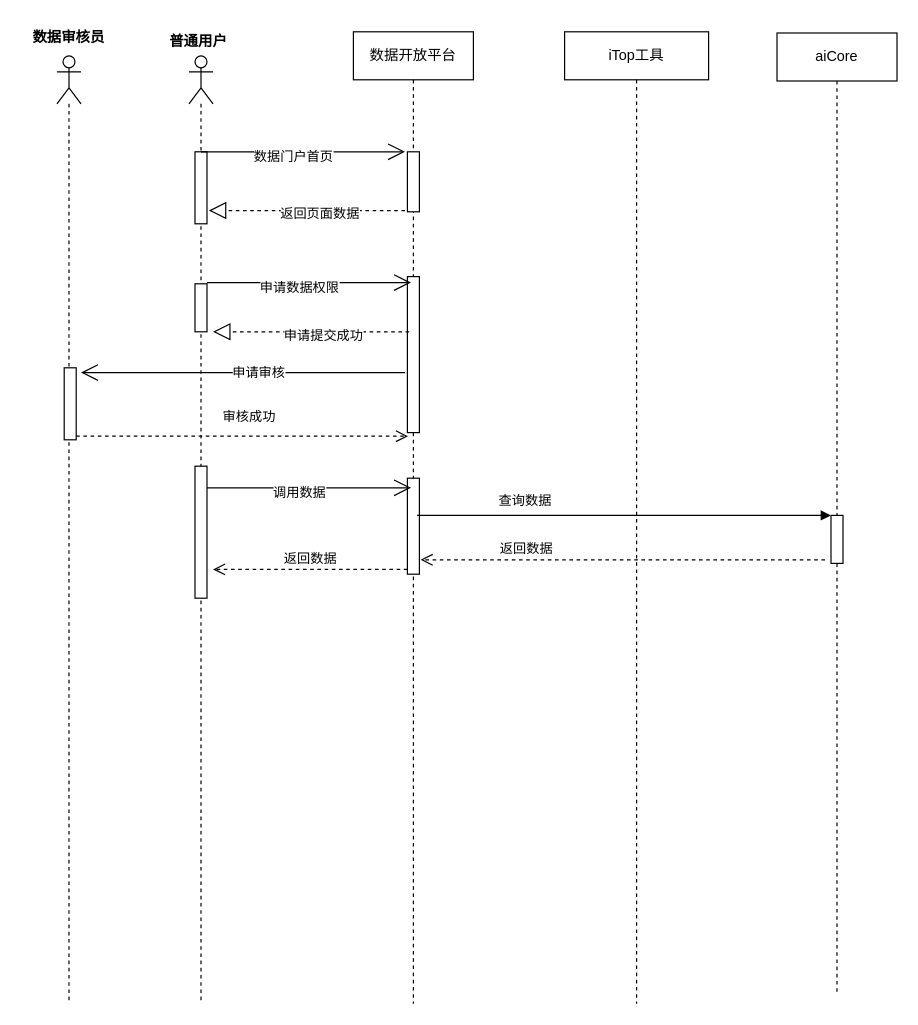
Before: Untitled Diagram.drawio in luyuandeng/drawio, a draw.io diagram. Source tidied: cells renumbered, new cells numbered last; positions are measured from the earlier drawing's top-left corner, leaving out a move shared by most shapes. Both pictures are drawn from the tidied source at 120%, with x=0, y=0 at pixel (20, 20).
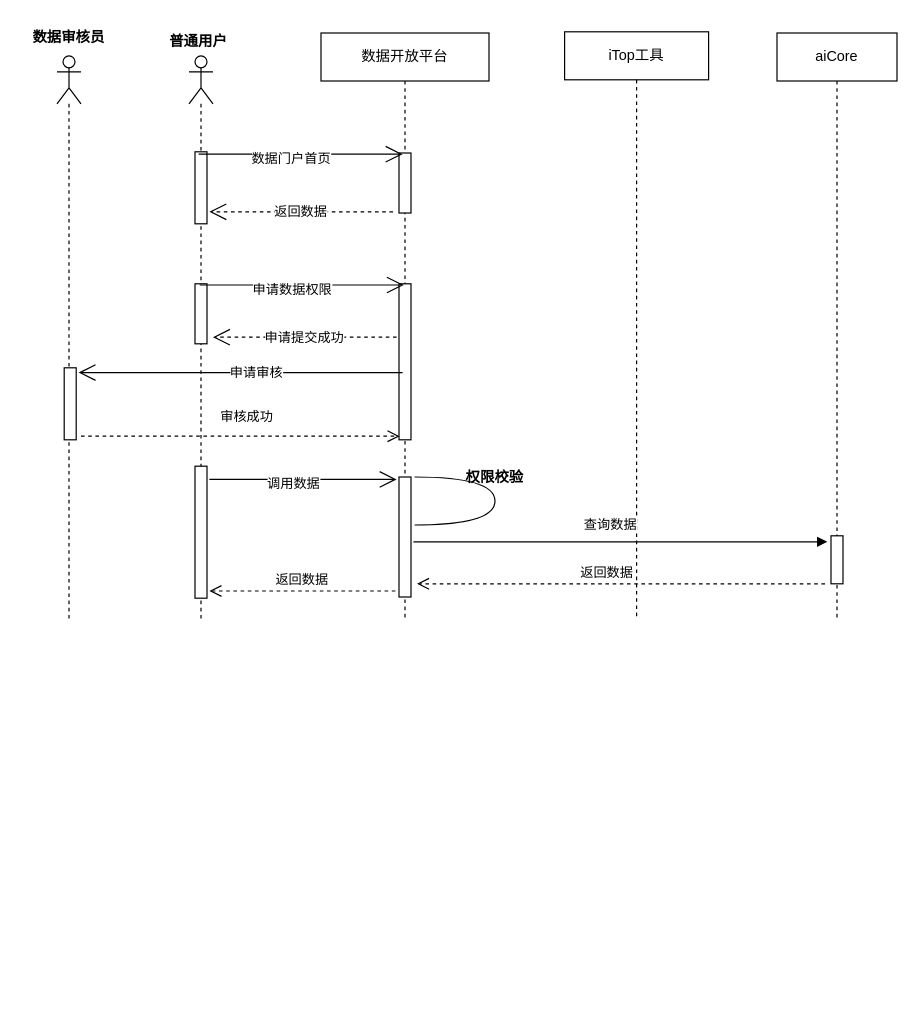
The same page after the edit.

Change to the diagram source:
```diff
@@
     <mxCell id="2" value="数据开放平台" style="shape=umlLifeline;perimeter=lifelinePerimeter;whiteSpace=wrap;html=1;" parent="1" vertex="1">
-      <mxGeometry x="277" y="9" width="100" height="810" as="geometry" />
+      <mxGeometry x="250" y="10" width="140" height="490" as="geometry" />
     </mxCell>
     <mxCell id="3" style="html=1;perimeter=orthogonalPerimeter;" parent="2" vertex="1">
-      <mxGeometry x="45" y="100" width="10" height="50" as="geometry" />
+      <mxGeometry x="65" y="100" width="10" height="50" as="geometry" />
     </mxCell>
     <mxCell id="4" style="html=1;perimeter=orthogonalPerimeter;" parent="2" vertex="1">
-      <mxGeometry x="45" y="204" width="10" height="130" as="geometry" />
+      <mxGeometry x="65" y="209" width="10" height="130" as="geometry" />
     </mxCell>
     <mxCell id="5" style="html=1;points=[];perimeter=orthogonalPerimeter;" parent="2" vertex="1">
-      <mxGeometry x="45" y="372" width="10" height="80" as="geometry" />
+      <mxGeometry x="65" y="370" width="10" height="100" as="geometry" />
     </mxCell>
+    <mxCell id="33" style="shape=requiredInterface;html=1;verticalLabelPosition=bottom;" parent="2" vertex="1">
+      <mxGeometry x="78" y="370" width="67" height="40" as="geometry" />
+    </mxCell>
+    <mxCell id="34" value="权限校验" style="text;align=center;fontStyle=1;verticalAlign=middle;spacingLeft=3;spacingRight=3;strokeColor=none;" parent="2" vertex="1">
+      <mxGeometry x="105" y="357" width="80" height="26" as="geometry" />
+    </mxCell>
     <mxCell id="6" value="iTop工具" style="shape=umlLifeline;perimeter=lifelinePerimeter;whiteSpace=wrap;html=1;" parent="1" vertex="1">
-      <mxGeometry x="453" y="9" width="120" height="810" as="geometry" />
+      <mxGeometry x="453" y="9" width="120" height="490" as="geometry" />
     </mxCell>
     <mxCell id="7" value="aiCore" style="shape=umlLifeline;perimeter=lifelinePerimeter;whiteSpace=wrap;html=1;" parent="1" vertex="1">
-      <mxGeometry x="630" y="10" width="100" height="799" as="geometry" />
+      <mxGeometry x="630" y="10" width="100" height="489" as="geometry" />
     </mxCell>
     <mxCell id="8" style="html=1;points=[];perimeter=orthogonalPerimeter;" parent="7" vertex="1">
-      <mxGeometry x="45" y="402" width="10" height="40" as="geometry" />
+      <mxGeometry x="45" y="419" width="10" height="40" as="geometry" />
     </mxCell>
     <mxCell id="9" style="shape=umlLifeline;participant=umlActor;perimeter=lifelinePerimeter;whiteSpace=wrap;html=1;verticalAlign=top;spacingTop=36;" parent="1" vertex="1">
-      <mxGeometry x="140" y="29" width="20" height="790" as="geometry" />
+      <mxGeometry x="140" y="29" width="20" height="470" as="geometry" />
     </mxCell>
@@
     <mxCell id="11" style="html=1;perimeter=orthogonalPerimeter;" parent="9" vertex="1">
-      <mxGeometry x="5" y="190" width="10" height="40" as="geometry" />
+      <mxGeometry x="5" y="190" width="10" height="50" as="geometry" />
     </mxCell>
@@
     <mxCell id="13" style="endArrow=open;endFill=1;endSize=12;html=1;" parent="9" edge="1">
       <mxGeometry relative="1" as="geometry">
-        <mxPoint x="10" y="80" as="sourcePoint" />
-        <mxPoint x="180" y="80" as="targetPoint" />
+        <mxPoint x="8" y="82" as="sourcePoint" />
+        <mxPoint x="178" y="82" as="targetPoint" />
       </mxGeometry>
     </mxCell>
@@
     <mxCell id="16" style="shape=umlLifeline;participant=umlActor;perimeter=lifelinePerimeter;whiteSpace=wrap;html=1;verticalAlign=top;spacingTop=36;" parent="1" vertex="1">
-      <mxGeometry x="30" y="29" width="20" height="790" as="geometry" />
+      <mxGeometry x="30" y="29" width="20" height="470" as="geometry" />
     </mxCell>
@@
     <mxCell id="19" value="审核成功" style="html=1;verticalAlign=bottom;endArrow=open;dashed=1;endSize=8;" parent="1" edge="1">
       <mxGeometry x="0.04" y="7" relative="1" as="geometry">
-        <mxPoint x="46" y="346" as="sourcePoint" />
-        <mxPoint x="322.5" y="346" as="targetPoint" />
+        <mxPoint x="50" y="346" as="sourcePoint" />
+        <mxPoint x="315.5" y="346" as="targetPoint" />
       </mxGeometry>
     </mxCell>
-    <mxCell id="20" value="返回数据" style="html=1;verticalAlign=bottom;endArrow=open;dashed=1;endSize=8;exitX=0;exitY=0.95;" parent="1" edge="1" source="5">
+    <mxCell id="20" value="返回数据" style="html=1;verticalAlign=bottom;endArrow=open;dashed=1;endSize=8;exitX=0;exitY=0.95;" parent="1" edge="1">
       <mxGeometry relative="1" as="geometry">
-        <mxPoint x="160" y="457" as="targetPoint" />
+        <mxPoint x="312" y="475" as="sourcePoint" />
+        <mxPoint x="157" y="475" as="targetPoint" />
       </mxGeometry>
     </mxCell>
     <mxCell id="21" value="返回数据" style="html=1;verticalAlign=bottom;endArrow=open;dashed=1;endSize=8;" parent="1" edge="1">
-      <mxGeometry x="0.48" relative="1" as="geometry">
-        <mxPoint x="670" y="449" as="sourcePoint" />
-        <mxPoint x="333" y="449" as="targetPoint" />
+      <mxGeometry x="0.07" relative="1" as="geometry">
+        <mxPoint x="670" y="469" as="sourcePoint" />
+        <mxPoint x="330" y="469" as="targetPoint" />
       </mxGeometry>
     </mxCell>
-    <mxCell id="22" value="查询数据" style="html=1;verticalAlign=bottom;endArrow=block;entryX=0;entryY=0;" parent="1" edge="1" target="8">
-      <mxGeometry x="-0.48" y="3" relative="1" as="geometry">
-        <mxPoint x="330" y="412" as="sourcePoint" />
+    <mxCell id="22" value="查询数据" style="html=1;verticalAlign=bottom;endArrow=block;" parent="1" edge="1">
+      <mxGeometry x="-0.05" y="5" relative="1" as="geometry">
+        <mxPoint x="327" y="434" as="sourcePoint" />
+        <mxPoint x="672" y="434" as="targetPoint" />
       </mxGeometry>
     </mxCell>
-    <mxCell id="23" style="endArrow=block;dashed=1;endFill=0;endSize=12;html=1;" parent="1" edge="1">
-      <mxGeometry relative="1" as="geometry">
-        <mxPoint x="320" y="158" as="sourcePoint" />
-        <mxPoint x="156.5" y="158" as="targetPoint" />
-        <Array as="points">
-          <mxPoint x="277" y="158" />
-        </Array>
-      </mxGeometry>
-    </mxCell>
-    <mxCell id="24" value="返回页面数据" style="edgeLabel;html=1;align=center;verticalAlign=middle;" parent="23" vertex="1">
-      <mxGeometry x="-0.12" y="2" relative="1" as="geometry" />
-    </mxCell>
     <mxCell id="25" style="endArrow=open;endFill=1;endSize=12;html=1;" parent="1" edge="1">
       <mxGeometry relative="1" as="geometry">
-        <mxPoint x="155" y="218" as="sourcePoint" />
-        <mxPoint x="325" y="218" as="targetPoint" />
+        <mxPoint x="149" y="220" as="sourcePoint" />
+        <mxPoint x="319" y="220" as="targetPoint" />
       </mxGeometry>
     </mxCell>
@@
-    <mxCell id="27" style="endArrow=block;dashed=1;endFill=0;endSize=12;html=1;" parent="1" edge="1">
-      <mxGeometry relative="1" as="geometry">
-        <mxPoint x="323.5" y="259" as="sourcePoint" />
-        <mxPoint x="160" y="259" as="targetPoint" />
-        <Array as="points">
-          <mxPoint x="280.5" y="259" />
-        </Array>
-      </mxGeometry>
-    </mxCell>
-    <mxCell id="28" value="申请提交成功" style="edgeLabel;html=1;align=center;verticalAlign=middle;" parent="27" vertex="1">
-      <mxGeometry x="-0.12" y="2" relative="1" as="geometry" />
-    </mxCell>
     <mxCell id="29" style="endArrow=open;endFill=1;endSize=12;html=1;" parent="1" edge="1">
       <mxGeometry relative="1" as="geometry">
-        <mxPoint x="320" y="293" as="sourcePoint" />
-        <mxPoint x="50" y="293" as="targetPoint" />
+        <mxPoint x="318" y="293" as="sourcePoint" />
+        <mxPoint x="48" y="293" as="targetPoint" />
         <Array as="points">
-          <mxPoint x="110" y="293" />
+          <mxPoint x="108" y="293" />
         </Array>
       </mxGeometry>
     </mxCell>
@@
     <mxCell id="31" style="endArrow=open;endFill=1;endSize=12;html=1;" parent="1" edge="1">
       <mxGeometry relative="1" as="geometry">
-        <mxPoint x="155" y="389" as="sourcePoint" />
-        <mxPoint x="325" y="389" as="targetPoint" />
+        <mxPoint x="157" y="382" as="sourcePoint" />
+        <mxPoint x="313" y="382" as="targetPoint" />
       </mxGeometry>
     </mxCell>
@@
+    <mxCell id="35" value="返回数据" style="endArrow=open;endSize=12;dashed=1;html=1;" parent="1" edge="1">
+      <mxGeometry relative="1" as="geometry">
+        <mxPoint x="310" y="159" as="sourcePoint" />
+        <mxPoint x="157" y="159" as="targetPoint" />
+        <Array as="points">
+          <mxPoint x="227" y="159" />
+        </Array>
+      </mxGeometry>
+    </mxCell>
+    <mxCell id="28" value="申请提交成功" style="endArrow=open;endSize=12;dashed=1;html=1;" parent="1" edge="1">
+      <mxGeometry relative="1" as="geometry">
+        <mxPoint x="313" y="263.5" as="sourcePoint" />
+        <mxPoint x="160" y="263.5" as="targetPoint" />
+        <Array as="points">
+          <mxPoint x="230" y="263.5" />
+        </Array>
+      </mxGeometry>
+    </mxCell>
```
